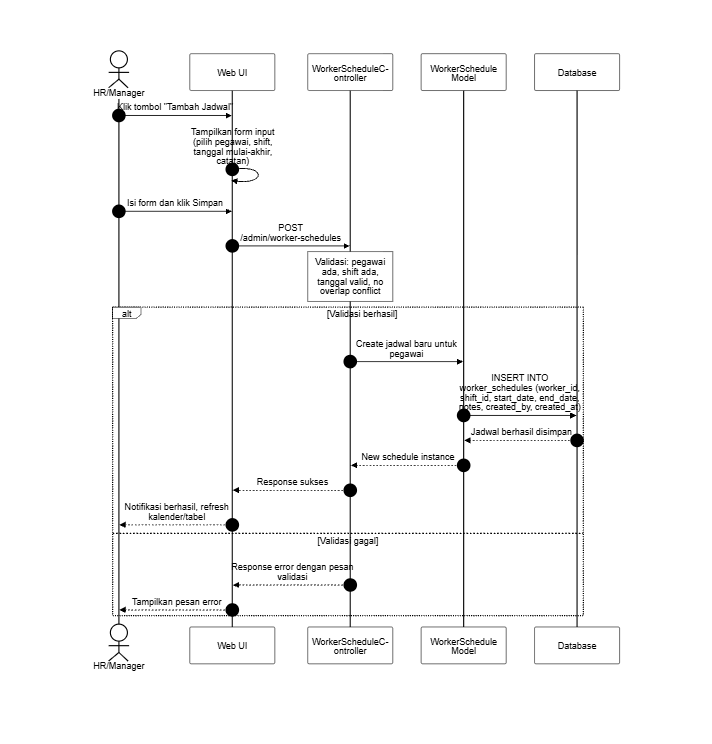
SulaimanHafi23/SimpegRSHDI keeps this Mermaid diagram as docs/SequenceDiagram/PNG_Transparent/KelolaJadwalPegawai-GenerateJadwal.png. Above is the earlier version. Its source is kept beside it as docs/SequenceDiagram/KelolaJadwalPegawai-GenerateJadwal.mermaid.
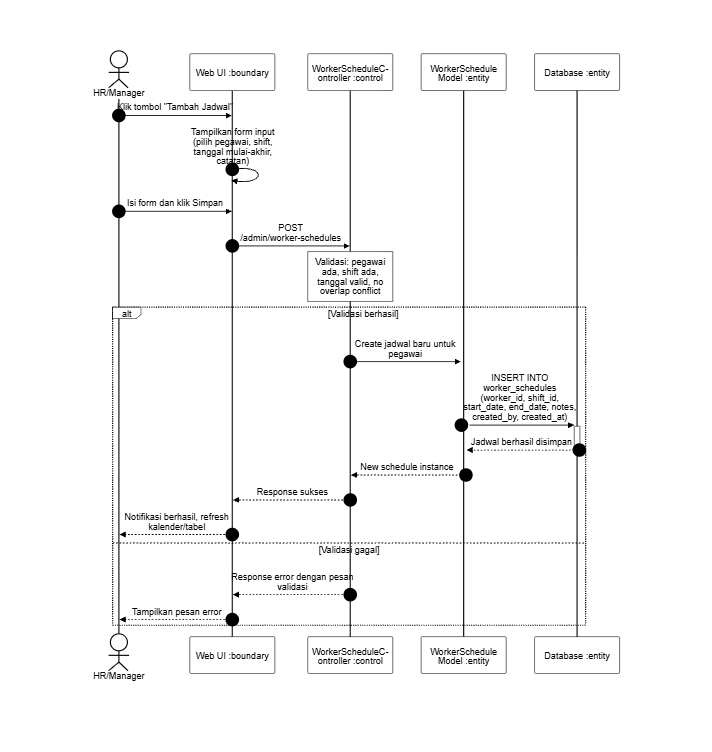
Above is the later version.

What changed in the source:
```diff
@@ -6,10 +6,10 @@
 sequenceDiagram
     autonumber
     actor HR as HR/Manager
-    participant UI as Web UI
-    participant C as WorkerScheduleController
-    participant WS as WorkerSchedule Model
-    participant DB as Database
+    participant UI as Web UI :boundary
+    participant C as WorkerScheduleController :control
+    participant WS as WorkerSchedule Model :entity
+    participant DB as Database :entity
 
     HR->>UI: Klik tombol "Tambah Jadwal"
     UI->>UI: Tampilkan form input (pilih pegawai, shift, tanggal mulai-akhir, catatan)
@@ -17,9 +17,9 @@
     UI->>C: POST /admin/worker-schedules
     note over C: Validasi: pegawai ada, shift ada, tanggal valid, no overlap conflict
     alt Validasi berhasil
-        C->>WS: Create jadwal baru untuk pegawai
-        WS->>DB: INSERT INTO worker_schedules (worker_id, shift_id, start_date, end_date, notes, created_by, created_at)
-        DB-->>WS: Jadwal berhasil disimpan
+        C->>+WS: Create jadwal baru untuk pegawai
+        WS->>+DB: INSERT INTO worker_schedules (worker_id, shift_id, start_date, end_date, notes, created_by, created_at)
+        DB-->>-WS: Jadwal berhasil disimpan
         WS-->>C: New schedule instance
         C-->>UI: Response sukses
         UI-->>HR: Notifikasi berhasil, refresh kalender/tabel
```
